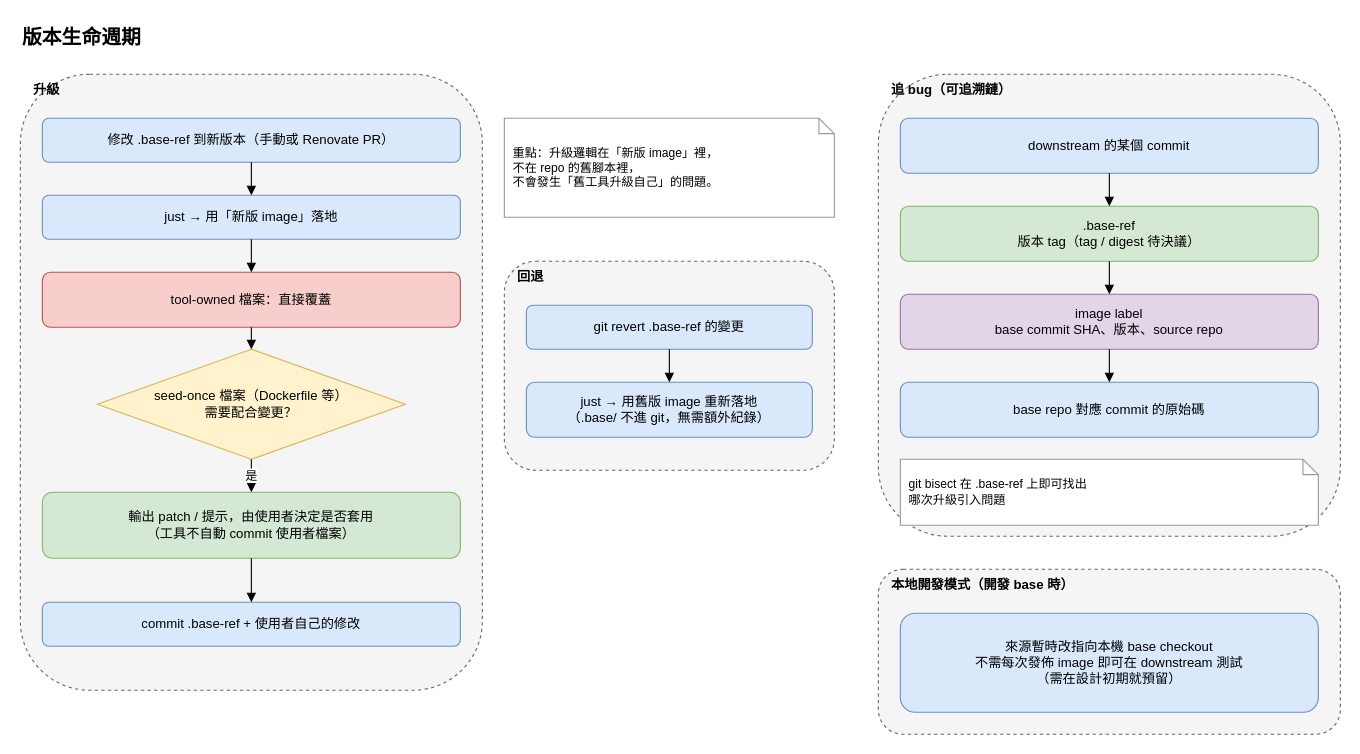
Above: page "3. 升級・回退・追 bug" (3 of 3) of dist_distribution.drawio in ycpss91255-research/vendor_kit (draw.io), before the change. Source tidied: cells renumbered, new cells numbered last; positions are measured from the earlier drawing's top-left corner, leaving out a move shared by most shapes. Both pictures are drawn from the tidied source at 110%, with x=0, y=0 at pixel (20, 19).
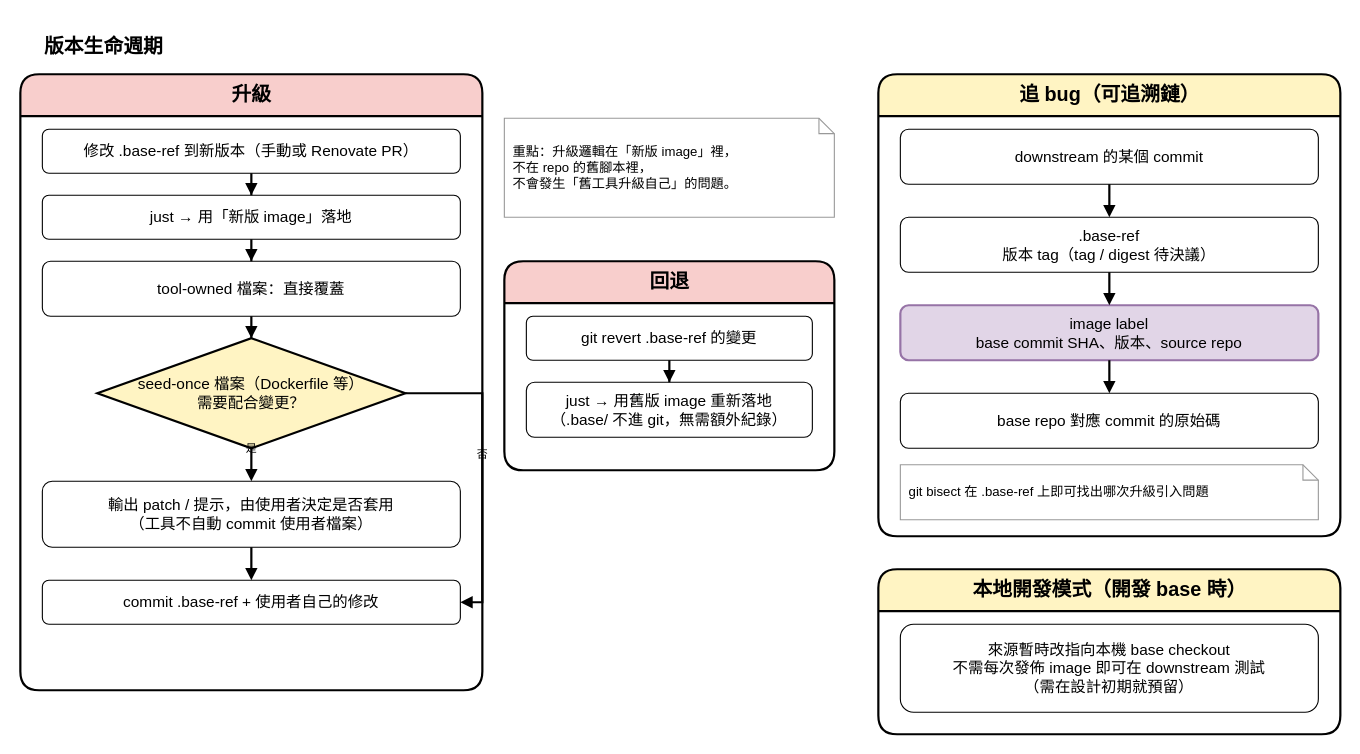
The same diagram, later.

Diff of the diagram source:
```diff
@@
-    <mxCell id="2" value="版本生命週期" style="text;html=1;fontSize=18;fontStyle=1;" parent="1" vertex="1">
-      <mxGeometry width="700" height="30" as="geometry" />
+    <mxCell id="2" value="版本生命週期" style="text;html=1;fontSize=18;fontStyle=1;align=left;verticalAlign=middle;" parent="1" vertex="1">
+      <mxGeometry x="20" y="10" width="700" height="30" as="geometry" />
     </mxCell>
-    <mxCell id="3" value="升級" style="rounded=1;whiteSpace=wrap;html=1;verticalAlign=top;align=left;spacingLeft=10;fontStyle=1;fillColor=#f5f5f5;strokeColor=#666666;dashed=1;" parent="1" vertex="1">
+    <mxCell id="3" value="升級" style="swimlane;html=1;rounded=1;startSize=38;fontStyle=1;fontSize=18;fillColor=#f8cecc;swimlaneFillColor=#ffffff;strokeColor=#000000;strokeWidth=2;" parent="1" vertex="1">
       <mxGeometry y="50" width="420" height="560" as="geometry" />
     </mxCell>
-    <mxCell id="4" value="修改 .base-ref 到新版本（手動或 Renovate PR）" style="rounded=1;whiteSpace=wrap;html=1;fillColor=#dae8fc;strokeColor=#6c8ebf;" parent="1" vertex="1">
-      <mxGeometry x="20" y="90" width="380" height="40" as="geometry" />
+    <mxCell id="4" value="修改 .base-ref 到新版本（手動或 Renovate PR）" style="rounded=1;whiteSpace=wrap;html=1;fillColor=#ffffff;strokeColor=light-dark(#000000,#9577A3);fontSize=14;strokeWidth=1;" parent="3" vertex="1">
+      <mxGeometry x="20" y="50" width="380" height="40" as="geometry" />
     </mxCell>
-    <mxCell id="5" value="just → 用「新版 image」落地" style="rounded=1;whiteSpace=wrap;html=1;fillColor=#dae8fc;strokeColor=#6c8ebf;" parent="1" vertex="1">
-      <mxGeometry x="20" y="160" width="380" height="40" as="geometry" />
+    <mxCell id="5" value="just → 用「新版 image」落地" style="rounded=1;whiteSpace=wrap;html=1;fillColor=#ffffff;strokeColor=light-dark(#000000,#9577A3);fontSize=14;strokeWidth=1;" parent="3" vertex="1">
+      <mxGeometry x="20" y="110" width="380" height="40" as="geometry" />
     </mxCell>
-    <mxCell id="6" value="tool-owned 檔案：直接覆蓋" style="rounded=1;whiteSpace=wrap;html=1;fillColor=#f8cecc;strokeColor=#b85450;" parent="1" vertex="1">
-      <mxGeometry x="20" y="230" width="380" height="50" as="geometry" />
+    <mxCell id="6" value="tool-owned 檔案：直接覆蓋" style="rounded=1;whiteSpace=wrap;html=1;fillColor=#ffffff;strokeColor=light-dark(#000000,#9577A3);fontSize=14;strokeWidth=1;" parent="3" vertex="1">
+      <mxGeometry x="20" y="170" width="380" height="50" as="geometry" />
     </mxCell>
-    <mxCell id="7" value="seed-once 檔案（Dockerfile 等）&lt;br&gt;需要配合變更？" style="rhombus;whiteSpace=wrap;html=1;fillColor=#fff2cc;strokeColor=#d6b656;" parent="1" vertex="1">
-      <mxGeometry x="70" y="300" width="280" height="100" as="geometry" />
+    <mxCell id="7" value="seed-once 檔案（Dockerfile 等）&lt;br&gt;需要配合變更？" style="rhombus;whiteSpace=wrap;html=1;fillColor=#FFF4C3;strokeColor=#000000;strokeWidth=2;fontSize=14;" parent="3" vertex="1">
+      <mxGeometry x="70" y="240" width="280" height="100" as="geometry" />
     </mxCell>
-    <mxCell id="8" value="輸出 patch / 提示，由使用者決定是否套用&lt;br&gt;（工具不自動 commit 使用者檔案）" style="rounded=1;whiteSpace=wrap;html=1;fillColor=#d5e8d4;strokeColor=#82b366;" parent="1" vertex="1">
-      <mxGeometry x="20" y="430" width="380" height="60" as="geometry" />
+    <mxCell id="8" value="輸出 patch / 提示，由使用者決定是否套用&lt;br&gt;（工具不自動 commit 使用者檔案）" style="rounded=1;whiteSpace=wrap;html=1;fillColor=#ffffff;strokeColor=light-dark(#000000,#9577A3);fontSize=14;strokeWidth=1;" parent="3" vertex="1">
+      <mxGeometry x="20" y="370" width="380" height="60" as="geometry" />
     </mxCell>
-    <mxCell id="9" value="commit .base-ref + 使用者自己的修改" style="rounded=1;whiteSpace=wrap;html=1;fillColor=#dae8fc;strokeColor=#6c8ebf;" parent="1" vertex="1">
-      <mxGeometry x="20" y="530" width="380" height="40" as="geometry" />
+    <mxCell id="9" value="commit .base-ref + 使用者自己的修改" style="rounded=1;whiteSpace=wrap;html=1;fillColor=#ffffff;strokeColor=light-dark(#000000,#9577A3);fontSize=14;strokeWidth=1;" parent="3" vertex="1">
+      <mxGeometry x="20" y="460" width="380" height="40" as="geometry" />
     </mxCell>
-    <mxCell id="10" style="endArrow=block;html=1;rounded=0;edgeStyle=orthogonalEdgeStyle;" parent="1" edge="1" source="4" target="5">
+    <mxCell id="10" style="edgeStyle=orthogonalEdgeStyle;rounded=0;jettySize=auto;html=1;strokeColor=default;strokeWidth=2;align=center;verticalAlign=bottom;spacingBottom=6;fontFamily=Helvetica;fontSize=10;fontColor=default;labelBorderColor=none;labelBackgroundColor=none;endArrow=block;endFill=1;" parent="1" edge="1" source="4" target="5">
       <mxGeometry relative="1" as="geometry" />
     </mxCell>
-    <mxCell id="11" style="endArrow=block;html=1;rounded=0;edgeStyle=orthogonalEdgeStyle;" parent="1" edge="1" source="5" target="6">
+    <mxCell id="11" style="edgeStyle=orthogonalEdgeStyle;rounded=0;jettySize=auto;html=1;strokeColor=default;strokeWidth=2;align=center;verticalAlign=bottom;spacingBottom=6;fontFamily=Helvetica;fontSize=10;fontColor=default;labelBorderColor=none;labelBackgroundColor=none;endArrow=block;endFill=1;" parent="1" edge="1" source="5" target="6">
       <mxGeometry relative="1" as="geometry" />
     </mxCell>
-    <mxCell id="12" style="endArrow=block;html=1;rounded=0;edgeStyle=orthogonalEdgeStyle;" parent="1" edge="1" source="6" target="7">
+    <mxCell id="12" style="edgeStyle=orthogonalEdgeStyle;rounded=0;jettySize=auto;html=1;strokeColor=default;strokeWidth=2;align=center;verticalAlign=bottom;spacingBottom=6;fontFamily=Helvetica;fontSize=10;fontColor=default;labelBorderColor=none;labelBackgroundColor=none;endArrow=block;endFill=1;" parent="1" edge="1" source="6" target="7">
       <mxGeometry relative="1" as="geometry" />
     </mxCell>
-    <mxCell id="13" value="是" style="endArrow=block;html=1;rounded=0;edgeStyle=orthogonalEdgeStyle;" parent="1" edge="1" source="7" target="8">
+    <mxCell id="13" value="是" style="edgeStyle=orthogonalEdgeStyle;rounded=0;jettySize=auto;html=1;strokeColor=default;strokeWidth=2;align=center;verticalAlign=bottom;spacingBottom=6;fontFamily=Helvetica;fontSize=10;fontColor=default;labelBorderColor=none;labelBackgroundColor=none;endArrow=block;endFill=1;exitX=0.5;exitY=1;exitDx=0;exitDy=0;entryX=0.5;entryY=0;entryDx=0;entryDy=0;" parent="1" edge="1" source="7" target="8">
       <mxGeometry relative="1" as="geometry" />
     </mxCell>
+    <mxCell id="31" value="否" style="edgeStyle=orthogonalEdgeStyle;rounded=0;jettySize=auto;html=1;strokeColor=default;strokeWidth=2;align=center;verticalAlign=bottom;spacingBottom=6;fontFamily=Helvetica;fontSize=10;fontColor=default;labelBorderColor=none;labelBackgroundColor=none;endArrow=block;endFill=1;exitX=1;exitY=0.5;exitDx=0;exitDy=0;entryX=1;entryY=0.5;entryDx=0;entryDy=0;" parent="1" edge="1" source="7" target="9">
+      <mxGeometry relative="1" as="geometry" />
+    </mxCell>
-    <mxCell id="14" style="endArrow=block;html=1;rounded=0;edgeStyle=orthogonalEdgeStyle;" parent="1" edge="1" source="8" target="9">
+    <mxCell id="14" style="edgeStyle=orthogonalEdgeStyle;rounded=0;jettySize=auto;html=1;strokeColor=default;strokeWidth=2;align=center;verticalAlign=bottom;spacingBottom=6;fontFamily=Helvetica;fontSize=10;fontColor=default;labelBorderColor=none;labelBackgroundColor=none;endArrow=block;endFill=1;" parent="1" edge="1" source="8" target="9">
       <mxGeometry relative="1" as="geometry" />
     </mxCell>
-    <mxCell id="15" value="重點：升級邏輯在「新版 image」裡，&lt;br&gt;不在 repo 的舊腳本裡，&lt;br&gt;不會發生「舊工具升級自己」的問題。" style="shape=note;whiteSpace=wrap;html=1;size=14;fillColor=#ffffff;strokeColor=#999999;align=left;spacingLeft=6;fontSize=11;" parent="1" vertex="1">
+    <mxCell id="15" value="重點：升級邏輯在「新版 image」裡，&lt;br&gt;不在 repo 的舊腳本裡，&lt;br&gt;不會發生「舊工具升級自己」的問題。" style="shape=note;whiteSpace=wrap;html=1;size=14;fillColor=#ffffff;strokeColor=#999999;align=left;spacingLeft=6;fontSize=12;" parent="1" vertex="1">
       <mxGeometry x="440" y="90" width="300" height="90" as="geometry" />
     </mxCell>
-    <mxCell id="16" value="回退" style="rounded=1;whiteSpace=wrap;html=1;verticalAlign=top;align=left;spacingLeft=10;fontStyle=1;fillColor=#f5f5f5;strokeColor=#666666;dashed=1;" parent="1" vertex="1">
+    <mxCell id="16" value="回退" style="swimlane;html=1;rounded=1;startSize=38;fontStyle=1;fontSize=18;fillColor=#f8cecc;swimlaneFillColor=#ffffff;strokeColor=#000000;strokeWidth=2;" parent="1" vertex="1">
       <mxGeometry x="440" y="220" width="300" height="190" as="geometry" />
     </mxCell>
-    <mxCell id="17" value="git revert .base-ref 的變更" style="rounded=1;whiteSpace=wrap;html=1;fillColor=#dae8fc;strokeColor=#6c8ebf;" parent="1" vertex="1">
-      <mxGeometry x="460" y="260" width="260" height="40" as="geometry" />
+    <mxCell id="17" value="git revert .base-ref 的變更" style="rounded=1;whiteSpace=wrap;html=1;fillColor=#ffffff;strokeColor=light-dark(#000000,#9577A3);fontSize=14;strokeWidth=1;" parent="16" vertex="1">
+      <mxGeometry x="20" y="50" width="260" height="40" as="geometry" />
     </mxCell>
-    <mxCell id="18" value="just → 用舊版 image 重新落地&lt;br&gt;（.base/ 不進 git，無需額外紀錄）" style="rounded=1;whiteSpace=wrap;html=1;fillColor=#dae8fc;strokeColor=#6c8ebf;" parent="1" vertex="1">
-      <mxGeometry x="460" y="330" width="260" height="50" as="geometry" />
+    <mxCell id="18" value="just → 用舊版 image 重新落地&lt;br&gt;（.base/ 不進 git，無需額外紀錄）" style="rounded=1;whiteSpace=wrap;html=1;fillColor=#ffffff;strokeColor=light-dark(#000000,#9577A3);fontSize=14;strokeWidth=1;" parent="16" vertex="1">
+      <mxGeometry x="20" y="110" width="260" height="50" as="geometry" />
     </mxCell>
-    <mxCell id="19" style="endArrow=block;html=1;rounded=0;edgeStyle=orthogonalEdgeStyle;" parent="1" edge="1" source="17" target="18">
+    <mxCell id="19" style="edgeStyle=orthogonalEdgeStyle;rounded=0;jettySize=auto;html=1;strokeColor=default;strokeWidth=2;align=center;verticalAlign=bottom;spacingBottom=6;fontFamily=Helvetica;fontSize=10;fontColor=default;labelBorderColor=none;labelBackgroundColor=none;endArrow=block;endFill=1;" parent="1" edge="1" source="17" target="18">
       <mxGeometry relative="1" as="geometry" />
     </mxCell>
-    <mxCell id="20" value="追 bug（可追溯鏈）" style="rounded=1;whiteSpace=wrap;html=1;verticalAlign=top;align=left;spacingLeft=10;fontStyle=1;fillColor=#f5f5f5;strokeColor=#666666;dashed=1;" parent="1" vertex="1">
+    <mxCell id="20" value="追 bug（可追溯鏈）" style="swimlane;html=1;rounded=1;startSize=38;fontStyle=1;fontSize=18;fillColor=#FFF4C3;swimlaneFillColor=#ffffff;strokeColor=#000000;strokeWidth=2;" parent="1" vertex="1">
       <mxGeometry x="780" y="50" width="420" height="420" as="geometry" />
     </mxCell>
-    <mxCell id="21" value="downstream 的某個 commit" style="rounded=1;whiteSpace=wrap;html=1;fillColor=#dae8fc;strokeColor=#6c8ebf;" parent="1" vertex="1">
-      <mxGeometry x="800" y="90" width="380" height="50" as="geometry" />
+    <mxCell id="21" value="downstream 的某個 commit" style="rounded=1;whiteSpace=wrap;html=1;fillColor=#ffffff;strokeColor=light-dark(#000000,#9577A3);fontSize=14;strokeWidth=1;" parent="20" vertex="1">
+      <mxGeometry x="20" y="50" width="380" height="50" as="geometry" />
     </mxCell>
-    <mxCell id="22" value=".base-ref&lt;br&gt;版本 tag（tag / digest 待決議）" style="rounded=1;whiteSpace=wrap;html=1;fillColor=#d5e8d4;strokeColor=#82b366;" parent="1" vertex="1">
-      <mxGeometry x="800" y="170" width="380" height="50" as="geometry" />
+    <mxCell id="22" value=".base-ref&lt;br&gt;版本 tag（tag / digest 待決議）" style="rounded=1;whiteSpace=wrap;html=1;fillColor=#ffffff;strokeColor=light-dark(#000000,#9577A3);fontSize=14;strokeWidth=1;" parent="20" vertex="1">
+      <mxGeometry x="20" y="130" width="380" height="50" as="geometry" />
     </mxCell>
-    <mxCell id="23" value="image label&lt;br&gt;base commit SHA、版本、source repo" style="rounded=1;whiteSpace=wrap;html=1;fillColor=#e1d5e7;strokeColor=#9673a6;" parent="1" vertex="1">
-      <mxGeometry x="800" y="250" width="380" height="50" as="geometry" />
+    <mxCell id="23" value="image label&lt;br&gt;base commit SHA、版本、source repo" style="rounded=1;whiteSpace=wrap;html=1;fillColor=#e1d5e7;strokeColor=#9673a6;fontSize=14;strokeWidth=2;" parent="20" vertex="1">
+      <mxGeometry x="20" y="210" width="380" height="50" as="geometry" />
     </mxCell>
-    <mxCell id="24" value="base repo 對應 commit 的原始碼" style="rounded=1;whiteSpace=wrap;html=1;fillColor=#dae8fc;strokeColor=#6c8ebf;" parent="1" vertex="1">
-      <mxGeometry x="800" y="330" width="380" height="50" as="geometry" />
+    <mxCell id="24" value="base repo 對應 commit 的原始碼" style="rounded=1;whiteSpace=wrap;html=1;fillColor=#ffffff;strokeColor=light-dark(#000000,#9577A3);fontSize=14;strokeWidth=1;" parent="20" vertex="1">
+      <mxGeometry x="20" y="290" width="380" height="50" as="geometry" />
     </mxCell>
+    <mxCell id="28" value="git bisect 在 .base-ref 上即可找出哪次升級引入問題" style="shape=note;whiteSpace=wrap;html=1;size=14;fillColor=#ffffff;strokeColor=#999999;align=left;spacingLeft=6;fontSize=12;" parent="20" vertex="1">
+      <mxGeometry x="20" y="355" width="380" height="50" as="geometry" />
+    </mxCell>
-    <mxCell id="25" style="endArrow=block;html=1;rounded=0;edgeStyle=orthogonalEdgeStyle;" parent="1" edge="1" source="21" target="22">
+    <mxCell id="25" style="edgeStyle=orthogonalEdgeStyle;rounded=0;jettySize=auto;html=1;strokeColor=default;strokeWidth=2;align=center;verticalAlign=bottom;spacingBottom=6;fontFamily=Helvetica;fontSize=10;fontColor=default;labelBorderColor=none;labelBackgroundColor=none;endArrow=block;endFill=1;" parent="1" edge="1" source="21" target="22">
       <mxGeometry relative="1" as="geometry" />
     </mxCell>
-    <mxCell id="26" style="endArrow=block;html=1;rounded=0;edgeStyle=orthogonalEdgeStyle;" parent="1" edge="1" source="22" target="23">
+    <mxCell id="26" style="edgeStyle=orthogonalEdgeStyle;rounded=0;jettySize=auto;html=1;strokeColor=default;strokeWidth=2;align=center;verticalAlign=bottom;spacingBottom=6;fontFamily=Helvetica;fontSize=10;fontColor=default;labelBorderColor=none;labelBackgroundColor=none;endArrow=block;endFill=1;" parent="1" edge="1" source="22" target="23">
       <mxGeometry relative="1" as="geometry" />
     </mxCell>
-    <mxCell id="27" style="endArrow=block;html=1;rounded=0;edgeStyle=orthogonalEdgeStyle;" parent="1" edge="1" source="23" target="24">
+    <mxCell id="27" style="edgeStyle=orthogonalEdgeStyle;rounded=0;jettySize=auto;html=1;strokeColor=default;strokeWidth=2;align=center;verticalAlign=bottom;spacingBottom=6;fontFamily=Helvetica;fontSize=10;fontColor=default;labelBorderColor=none;labelBackgroundColor=none;endArrow=block;endFill=1;" parent="1" edge="1" source="23" target="24">
       <mxGeometry relative="1" as="geometry" />
     </mxCell>
-    <mxCell id="28" value="git bisect 在 .base-ref 上即可找出&lt;br&gt;哪次升級引入問題" style="shape=note;whiteSpace=wrap;html=1;size=14;fillColor=#ffffff;strokeColor=#999999;align=left;spacingLeft=6;fontSize=11;" parent="1" vertex="1">
-      <mxGeometry x="800" y="400" width="380" height="60" as="geometry" />
-    </mxCell>
-    <mxCell id="29" value="本地開發模式（開發 base 時）" style="rounded=1;whiteSpace=wrap;html=1;verticalAlign=top;align=left;spacingLeft=10;fontStyle=1;fillColor=#f5f5f5;strokeColor=#666666;dashed=1;" parent="1" vertex="1">
+    <mxCell id="29" value="本地開發模式（開發 base 時）" style="swimlane;html=1;rounded=1;startSize=38;fontStyle=1;fontSize=18;fillColor=#FFF4C3;swimlaneFillColor=#ffffff;strokeColor=#000000;strokeWidth=2;" parent="1" vertex="1">
       <mxGeometry x="780" y="500" width="420" height="150" as="geometry" />
     </mxCell>
-    <mxCell id="30" value="來源暫時改指向本機 base checkout&lt;br&gt;不需每次發佈 image 即可在 downstream 測試&lt;br&gt;（需在設計初期就預留）" style="rounded=1;whiteSpace=wrap;html=1;fillColor=#dae8fc;strokeColor=#6c8ebf;" parent="1" vertex="1">
-      <mxGeometry x="800" y="540" width="380" height="90" as="geometry" />
+    <mxCell id="30" value="來源暫時改指向本機 base checkout&lt;br&gt;不需每次發佈 image 即可在 downstream 測試&lt;br&gt;（需在設計初期就預留）" style="rounded=1;whiteSpace=wrap;html=1;fillColor=#ffffff;strokeColor=light-dark(#000000,#9577A3);fontSize=14;strokeWidth=1;" parent="29" vertex="1">
+      <mxGeometry x="20" y="50" width="380" height="80" as="geometry" />
     </mxCell>
```
